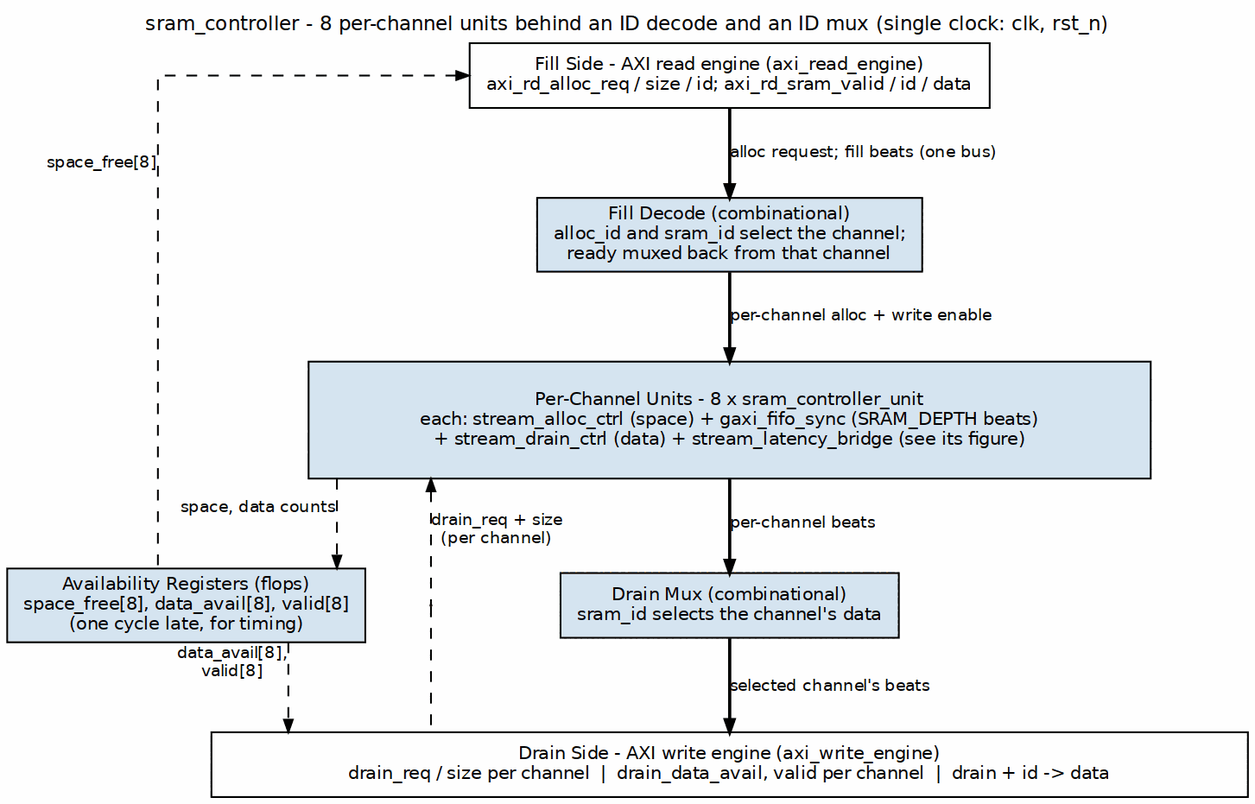
The Graphviz diagram projects/components/dma-ip/stream/docs/stream_mas/assets/graphviz/05_sram_controller.png in sean-galloway/RTLDesignSherpa, before a commit. Its source is kept beside it as projects/components/dma-ip/stream/docs/stream_mas/assets/graphviz/05_sram_controller.dot.
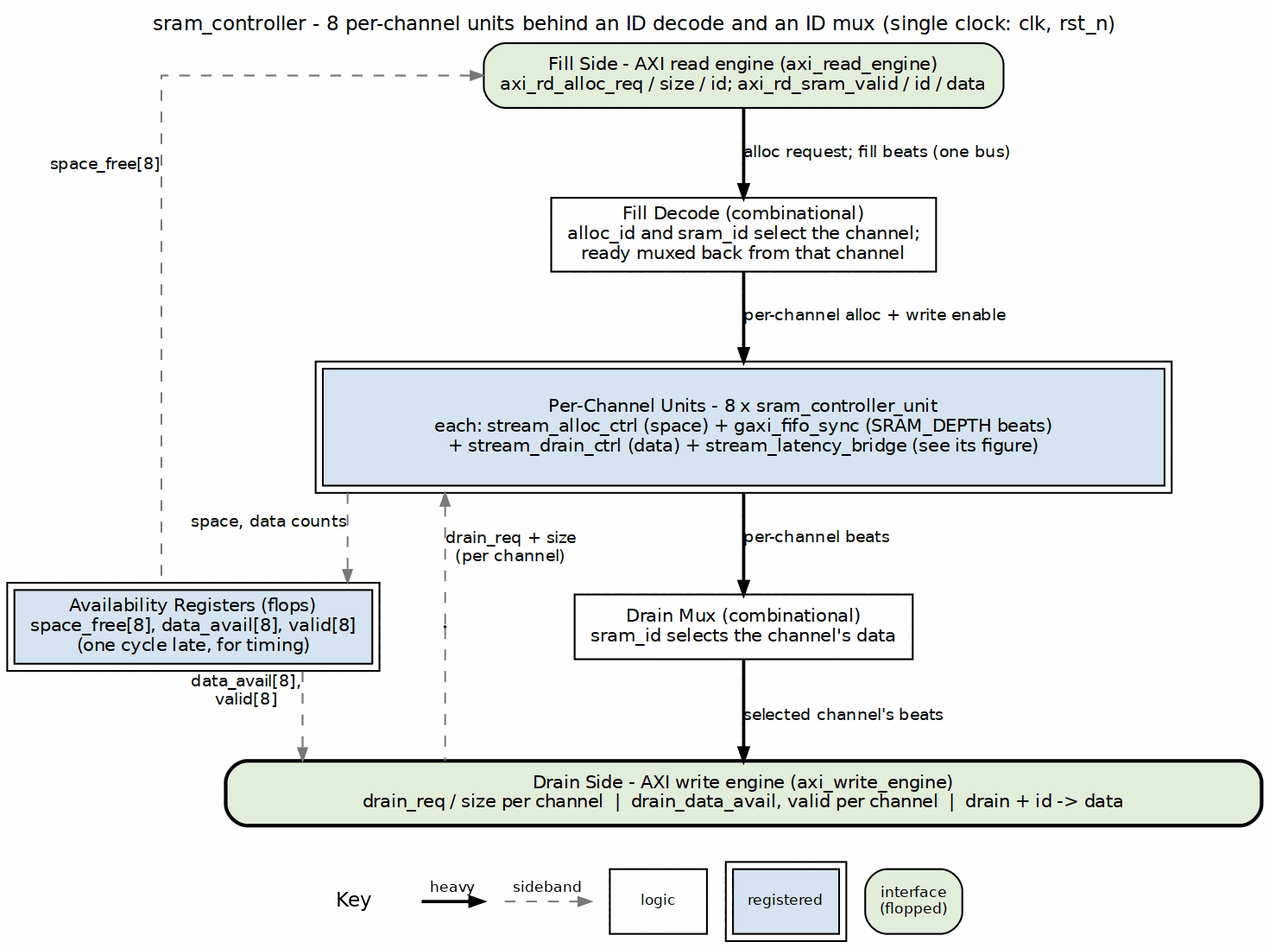
After the commit.

What changed in the source:
```diff
@@ -3,26 +3,26 @@
            nodesep="0.50", ranksep="0.55", splines=ortho,
            label="sram_controller - 8 per-channel units behind an ID decode and an ID mux (single clock: clk, rst_n)", labelloc=t, labeljust=c];
     node  [fontname="Helvetica", fontsize=10, shape=box, style=filled,
-           fillcolor="#D6E4F0", color="black", margin="0.12,0.06"];
+           fillcolor="white", color="black", margin="0.12,0.06"];
     edge  [fontname="Helvetica", fontsize=9, color="black", arrowsize=0.7];
 
-    fill  [label="Fill Side - AXI read engine (axi_read_engine)\naxi_rd_alloc_req / size / id; axi_rd_sram_valid / id / data", fillcolor="white", group=C];
-    dec   [label="Fill Decode (combinational)\nalloc_id and sram_id select the channel;\nready muxed back from that channel", group=C];
-    units [label="Per-Channel Units - 8 x sram_controller_unit\neach: stream_alloc_ctrl (space) + gaxi_fifo_sync (SRAM_DEPTH beats)\n+ stream_drain_ctrl (data) + stream_latency_bridge (see its figure)", width=6.5, height=0.9, group=C];
-    mux   [label="Drain Mux (combinational)\nsram_id selects the channel's data", group=C];
-    stat  [label="Availability Registers (flops)\nspace_free[8], data_avail[8], valid[8]\n(one cycle late, for timing)", group=R];
-    drain [label="Drain Side - AXI write engine (axi_write_engine)\ndrain_req / size per channel  |  drain_data_avail, valid per channel  |  drain + id -> data", fillcolor="white", width=8.0, group=C];
+    fill  [label="Fill Side - AXI read engine (axi_read_engine)\naxi_rd_alloc_req / size / id; axi_rd_sram_valid / id / data", fillcolor="white", group=C, style="rounded,filled", fillcolor="#E2EFDA"];
+    dec   [label="Fill Decode (combinational)\nalloc_id and sram_id select the channel;\nready muxed back from that channel", group=C, style="filled", fillcolor="white"];
+    units [label="Per-Channel Units - 8 x sram_controller_unit\neach: stream_alloc_ctrl (space) + gaxi_fifo_sync (SRAM_DEPTH beats)\n+ stream_drain_ctrl (data) + stream_latency_bridge (see its figure)", width=6.5, height=0.9, group=C, peripheries=2, style="filled", fillcolor="#D6E4F0"];
+    mux   [label="Drain Mux (combinational)\nsram_id selects the channel's data", group=C, style="filled", fillcolor="white"];
+    stat  [label="Availability Registers (flops)\nspace_free[8], data_avail[8], valid[8]\n(one cycle late, for timing)", group=R, peripheries=2, style="filled", fillcolor="#D6E4F0"];
+    drain [label="Drain Side - AXI write engine (axi_write_engine)\ndrain_req / size per channel  |  drain_data_avail, valid per channel  |  drain + id -> data", fillcolor="white", width=8.0, group=C, style="rounded,filled,bold", fillcolor="#E2EFDA"];
 
     fill  -> dec   [label="alloc request; fill beats (one bus)", penwidth=1.8];
     dec   -> units [label="per-channel alloc + write enable", penwidth=1.8];
     units -> mux   [label="per-channel beats", penwidth=1.8];
     mux   -> drain [label="selected channel's beats", penwidth=1.8];
-    units -> stat  [style=dashed, xlabel="space, data counts"];
-    stat  -> drain [style=dashed, xlabel="data_avail[8],\nvalid[8]"];
-    fill  -> stat  [dir=back, style=dashed, constraint=false, xlabel="space_free[8]"];
+    units -> stat  [style=dashed, color="#777777", xlabel="space, data counts"];
+    stat  -> drain [style=dashed, color="#777777", xlabel="data_avail[8],\nvalid[8]"];
+    fill  -> stat  [dir=back, style=dashed, color="#777777", constraint=false, xlabel="space_free[8]"];
     p_dr  [shape=point, width=0.01, group=L];
     { rank=same; p_dr; mux; }
     p_dr -> mux [style=invis];
-    units -> p_dr [dir=back, style=dashed, xlabel="drain_req + size\n(per channel)"];
-    p_dr -> drain [dir=none, style=dashed];
+    units -> p_dr [dir=back, style=dashed, color="#777777", xlabel="drain_req + size\n(per channel)"];
+    p_dr -> drain [dir=none, style=dashed, color="#777777"];
 }
```
